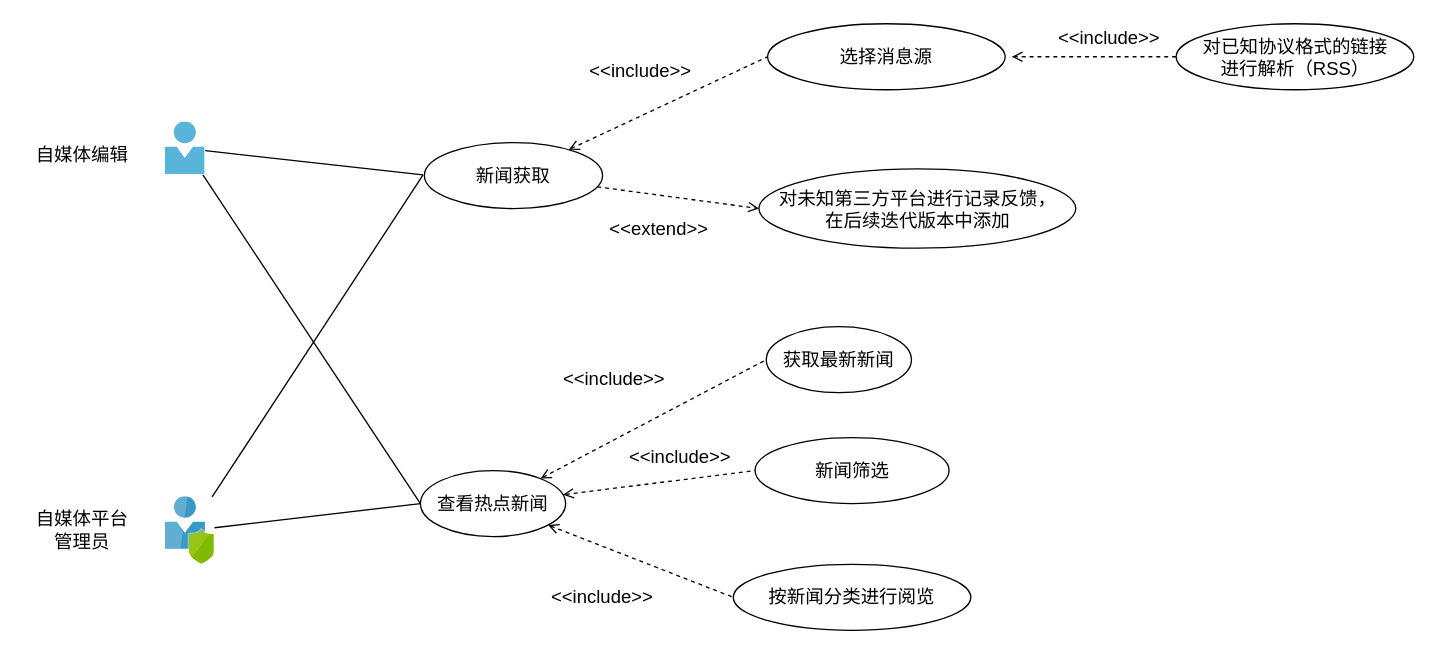
zan-press/diagram keeps this draw.io diagram as 1-SoftwareRequirements/NewsFeed/nf_usercase.drawio. Above is the earlier version. Source tidied: cells renumbered, new cells numbered last; positions are measured from the earlier drawing's top-left corner, leaving out a move shared by most shapes. Both pictures are drawn from the tidied source at 132%, with x=0, y=0 at pixel (22, 22).
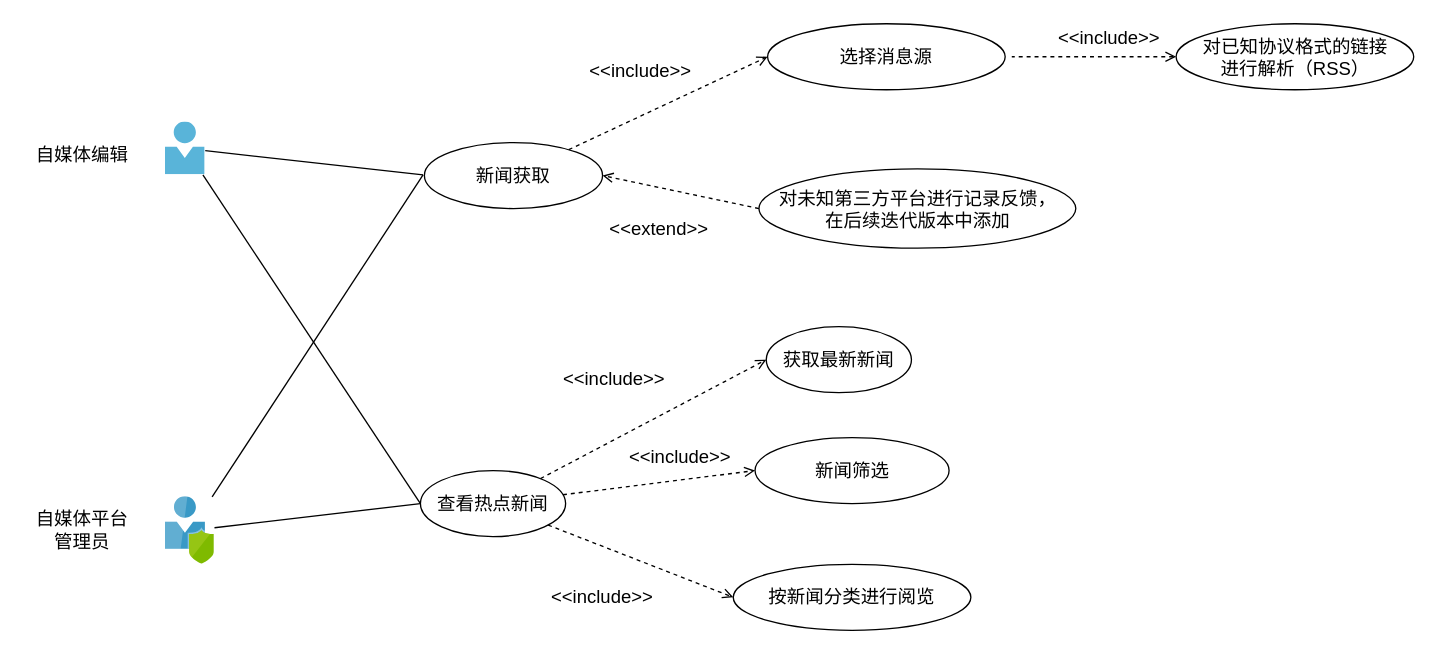
The same page after the edit.

The change refers to these unchanged cells:
```xml
<mxCell id="14" value="获取最新新闻" style="ellipse;whiteSpace=wrap;html=1;fontFamily=SF Mono;fontSize=14;" parent="1" vertex="1">
  <mxGeometry x="563" y="230" width="110" height="50" as="geometry" />
</mxCell>
<mxCell id="15" value="新闻筛选" style="ellipse;whiteSpace=wrap;html=1;fontFamily=SF Mono;fontSize=14;" parent="1" vertex="1">
  <mxGeometry x="554.5" y="314" width="147" height="50" as="geometry" />
</mxCell>
<mxCell id="16" value="按新闻分类进行阅览" style="ellipse;whiteSpace=wrap;html=1;fontFamily=SF Mono;fontSize=14;" parent="1" vertex="1">
  <mxGeometry x="538" y="410" width="180" height="50" as="geometry" />
</mxCell>
<mxCell id="18" value="查看热点新闻" style="ellipse;whiteSpace=wrap;html=1;fontFamily=SF Mono;fontSize=14;" parent="1" vertex="1">
  <mxGeometry x="301" y="339" width="110" height="50" as="geometry" />
</mxCell>
<mxCell id="21" value="新闻获取" style="ellipse;whiteSpace=wrap;html=1;fontFamily=SF Mono;fontSize=14;" parent="1" vertex="1">
  <mxGeometry x="304" y="90.5" width="135" height="50" as="geometry" />
</mxCell>
<mxCell id="23" value="选择消息源" style="ellipse;whiteSpace=wrap;html=1;fontFamily=SF Mono;fontSize=14;" parent="1" vertex="1">
  <mxGeometry x="564" y="0.5" width="180" height="50" as="geometry" />
</mxCell>
<mxCell id="26" value="对已知协议格式的链接&lt;br&gt;进行解析（RSS）" style="ellipse;whiteSpace=wrap;html=1;fontFamily=SF Mono;fontSize=14;" parent="1" vertex="1">
  <mxGeometry x="873.5" y="0.5" width="180" height="50" as="geometry" />
</mxCell>
<mxCell id="27" value="对未知第三方平台进行记录反馈，&lt;br&gt;在后续迭代版本中添加" style="ellipse;whiteSpace=wrap;html=1;fontFamily=SF Mono;fontSize=14;" parent="1" vertex="1">
  <mxGeometry x="557.5" y="110.5" width="240" height="60" as="geometry" />
</mxCell>
```

Diff of the diagram source:
```diff
@@
-    <mxCell id="10" style="edgeStyle=none;rounded=0;jettySize=auto;html=1;entryX=0;entryY=0.5;entryDx=0;entryDy=0;dashed=1;startArrow=open;startFill=0;endArrow=none;endFill=0;fontFamily=SF Mono;fontSize=14;" parent="1" edge="1" source="18" target="14">
+    <mxCell id="10" style="edgeStyle=none;rounded=0;jettySize=auto;html=1;entryX=0;entryY=0.5;entryDx=0;entryDy=0;dashed=1;startArrow=none;startFill=0;endArrow=open;endFill=0;fontFamily=SF Mono;fontSize=14;" parent="1" edge="1" source="18" target="14">
       <mxGeometry relative="1" as="geometry" />
     </mxCell>
-    <mxCell id="11" style="edgeStyle=none;rounded=0;jettySize=auto;html=1;entryX=0;entryY=0.5;entryDx=0;entryDy=0;dashed=1;startArrow=open;startFill=0;endArrow=none;endFill=0;fontFamily=SF Mono;fontSize=14;" parent="1" edge="1" source="18" target="15">
+    <mxCell id="11" style="edgeStyle=none;rounded=0;jettySize=auto;html=1;entryX=0;entryY=0.5;entryDx=0;entryDy=0;dashed=1;startArrow=none;startFill=0;endArrow=open;endFill=0;fontFamily=SF Mono;fontSize=14;" parent="1" edge="1" source="18" target="15">
       <mxGeometry relative="1" as="geometry" />
     </mxCell>
-    <mxCell id="12" style="edgeStyle=none;rounded=0;jettySize=auto;html=1;entryX=0;entryY=0.5;entryDx=0;entryDy=0;dashed=1;startArrow=open;startFill=0;endArrow=none;endFill=0;fontFamily=SF Mono;fontSize=14;" parent="1" edge="1" source="18" target="16">
+    <mxCell id="12" style="edgeStyle=none;rounded=0;jettySize=auto;html=1;entryX=0;entryY=0.5;entryDx=0;entryDy=0;dashed=1;startArrow=none;startFill=0;endArrow=open;endFill=0;fontFamily=SF Mono;fontSize=14;fillColor=#d5e8d4;strokeColor=#000000;" parent="1" edge="1" source="18" target="16">
       <mxGeometry relative="1" as="geometry" />
     </mxCell>
@@
-    <mxCell id="24" style="edgeStyle=none;rounded=0;jettySize=auto;html=1;entryX=0;entryY=0.5;entryDx=0;entryDy=0;dashed=1;startArrow=open;startFill=0;endArrow=none;endFill=0;fontFamily=SF Mono;fontSize=14;" parent="1" edge="1" source="21" target="23">
+    <mxCell id="24" style="edgeStyle=none;rounded=0;jettySize=auto;html=1;entryX=0;entryY=0.5;entryDx=0;entryDy=0;dashed=1;startArrow=none;startFill=0;endArrow=open;endFill=0;fontFamily=SF Mono;fontSize=14;" parent="1" edge="1" source="21" target="23">
       <mxGeometry relative="1" as="geometry" />
     </mxCell>
-    <mxCell id="25" style="edgeStyle=none;rounded=0;jettySize=auto;html=1;exitX=0;exitY=0.5;exitDx=0;exitDy=0;dashed=1;startArrow=none;startFill=0;endArrow=open;endFill=0;fontFamily=SF Mono;" parent="1" edge="1" source="26">
+    <mxCell id="25" style="edgeStyle=none;rounded=0;jettySize=auto;html=1;exitX=0;exitY=0.5;exitDx=0;exitDy=0;dashed=1;startArrow=open;startFill=0;endArrow=none;endFill=0;fontFamily=SF Mono;" parent="1" edge="1" source="26">
       <mxGeometry relative="1" as="geometry">
         <mxPoint x="749" y="25.5" as="targetPoint" />
       </mxGeometry>
     </mxCell>
@@
+    <mxCell id="31" style="rounded=0;jettySize=auto;html=1;exitX=0;exitY=0.5;exitDx=0;exitDy=0;entryX=1;entryY=0.5;entryDx=0;entryDy=0;startArrow=none;startFill=0;endArrow=open;endFill=0;dashed=1;" parent="1" edge="1" source="27" target="21">
+      <mxGeometry relative="1" as="geometry" />
+    </mxCell>
@@
-    <mxCell id="28" style="edgeStyle=none;rounded=0;jettySize=auto;html=1;dashed=1;startArrow=none;startFill=0;endArrow=open;endFill=0;fontFamily=SF Mono;fontSize=14;entryX=0;entryY=0.5;entryDx=0;entryDy=0;" parent="1" edge="1" source="21" target="27">
-      <mxGeometry relative="1" as="geometry" />
-    </mxCell>
```
